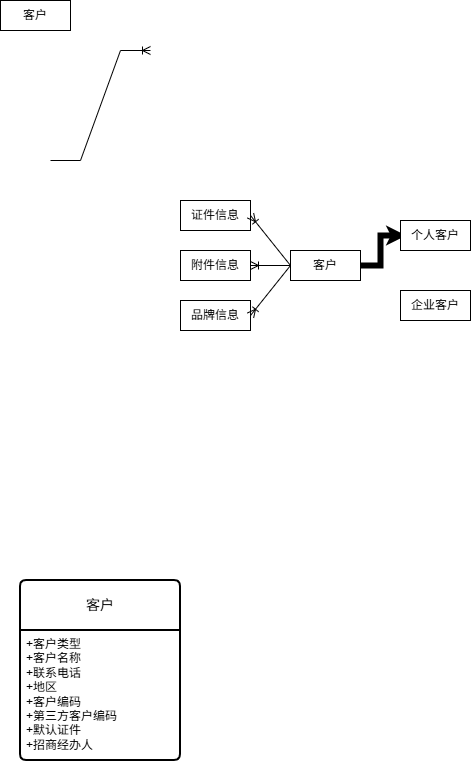
This is 云模方/v1.8客户关系.drawio.png from qilaohan/iodraw-files, a draw.io export, as it was before one commit. Source tidied: cells renumbered, new cells last; positions are measured from the earlier drawing's top-left corner, leaving out a move shared by most shapes.
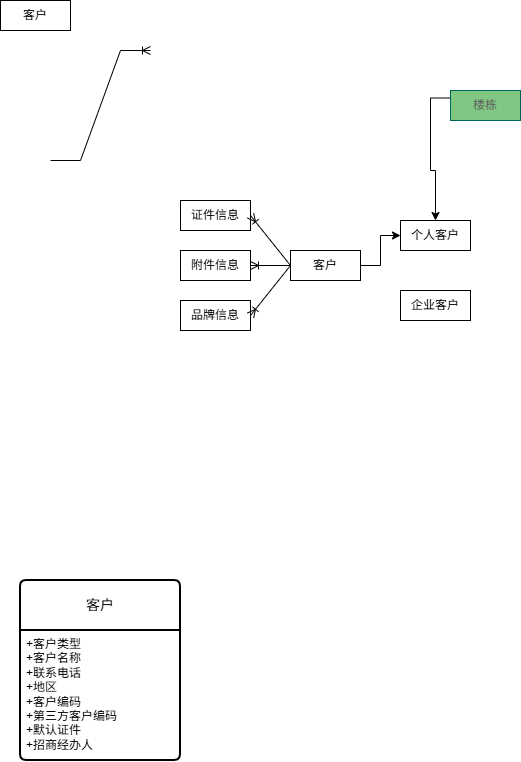
Later version of the same file.

Commit message:
更新v1.8客户关系.drawio.png

The edit, as a diff of the source:
```diff
@@ -5,7 +5,7 @@
     <mxCell id="2" value="客户" style="whiteSpace=wrap;html=1;align=center;" parent="1" vertex="1">
       <mxGeometry width="70" height="30" as="geometry" />
     </mxCell>
-    <mxCell id="3" style="edgeStyle=orthogonalEdgeStyle;shape=pipe;rounded=0;jettySize=auto;html=1;exitX=1;exitY=0.5;exitDx=0;exitDy=0;entryX=0;entryY=0.5;entryDx=0;entryDy=0;shadow=0;" parent="1" edge="1" source="4" target="5">
+    <mxCell id="3" style="edgeStyle=orthogonalEdgeStyle;rounded=0;jettySize=auto;html=1;exitX=1;exitY=0.5;exitDx=0;exitDy=0;entryX=0;entryY=0.5;entryDx=0;entryDy=0;shadow=0;" parent="1" edge="1" source="4" target="5">
       <mxGeometry relative="1" as="geometry" />
     </mxCell>
     <mxCell id="4" value="客户" style="whiteSpace=wrap;html=1;align=center;" parent="1" vertex="1">
@@ -47,5 +47,11 @@
     <mxCell id="15" style="fontSize=12;html=1;endArrow=ERoneToMany;rounded=0;entryX=1;entryY=0.5;entryDx=0;entryDy=0;exitX=0;exitY=0.5;exitDx=0;exitDy=0;" parent="1" edge="1" source="4" target="7">
       <mxGeometry relative="1" as="geometry" />
     </mxCell>
+    <mxCell id="16" style="edgeStyle=orthogonalEdgeStyle;rounded=0;jettySize=auto;html=1;exitX=0;exitY=0.25;exitDx=0;exitDy=0;entryX=0.5;entryY=0;entryDx=0;entryDy=0;" parent="1" edge="1" source="17" target="5">
+      <mxGeometry relative="1" as="geometry" />
+    </mxCell>
+    <mxCell id="17" value="楼栋" style="rounded=0;whiteSpace=wrap;html=1;fillColor=#81C784;strokeColor=#006658;fontFamily=Helvetica;labelBackgroundColor=none;fontColor=#5C5C5C;" parent="1" vertex="1">
+      <mxGeometry x="450" y="90" width="70" height="30" as="geometry" />
+    </mxCell>
   </root>
 </mxGraphModel>
```
